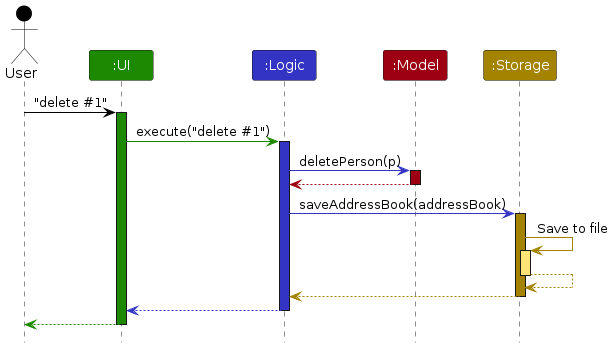
The PlantUML diagram diagrams/ArchitectureSequenceDiagram.png in benson1029/tp, before a commit. Its source is kept beside it as diagrams/ArchitectureSequenceDiagram.puml. Its diagram source:
```plantuml
@startuml
!include style.puml
skinparam ArrowFontStyle plain

Actor User as user USER_COLOR
Participant ":UI" as ui UI_COLOR
Participant ":Logic" as logic LOGIC_COLOR
Participant ":Model" as model MODEL_COLOR
Participant ":Storage" as storage STORAGE_COLOR

user -[USER_COLOR]> ui : "delete #1"
activate ui UI_COLOR

ui -[UI_COLOR]> logic : execute("delete #1")
activate logic LOGIC_COLOR

logic -[LOGIC_COLOR]> model : deletePerson(p)
activate model MODEL_COLOR

model -[MODEL_COLOR]-> logic
deactivate model

logic -[LOGIC_COLOR]> storage : saveAddressBook(addressBook)
activate storage STORAGE_COLOR

storage -[STORAGE_COLOR]> storage : Save to file
activate storage STORAGE_COLOR_T1
storage --[STORAGE_COLOR]> storage
deactivate storage

storage --[STORAGE_COLOR]> logic
deactivate storage

logic --[LOGIC_COLOR]> ui
deactivate logic

ui--[UI_COLOR]> user
deactivate ui
@enduml
```
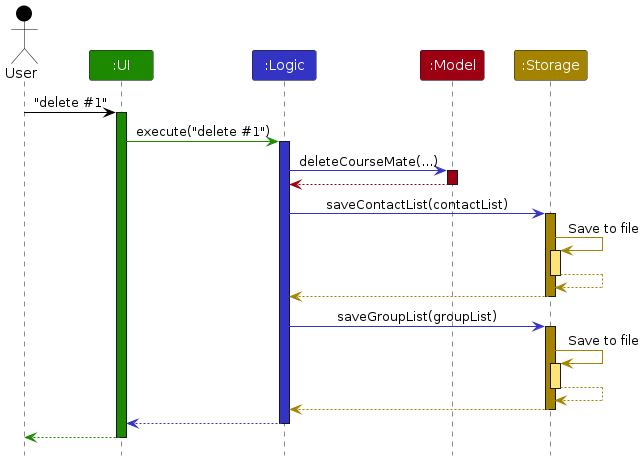
Above is the later version.

The edit, as a diff of the source:
```diff
@@ -14,13 +14,24 @@
 ui -[UI_COLOR]> logic : execute("delete #1")
 activate logic LOGIC_COLOR
 
-logic -[LOGIC_COLOR]> model : deletePerson(p)
+logic -[LOGIC_COLOR]> model : deleteCourseMate(...)
 activate model MODEL_COLOR
 
 model -[MODEL_COLOR]-> logic
 deactivate model
 
-logic -[LOGIC_COLOR]> storage : saveAddressBook(addressBook)
+logic -[LOGIC_COLOR]> storage : saveContactList(contactList)
+activate storage STORAGE_COLOR
+
+storage -[STORAGE_COLOR]> storage : Save to file
+activate storage STORAGE_COLOR_T1
+storage --[STORAGE_COLOR]> storage
+deactivate storage
+
+storage --[STORAGE_COLOR]> logic
+deactivate storage
+
+logic -[LOGIC_COLOR]> storage : saveGroupList(groupList)
 activate storage STORAGE_COLOR
 
 storage -[STORAGE_COLOR]> storage : Save to file
```
